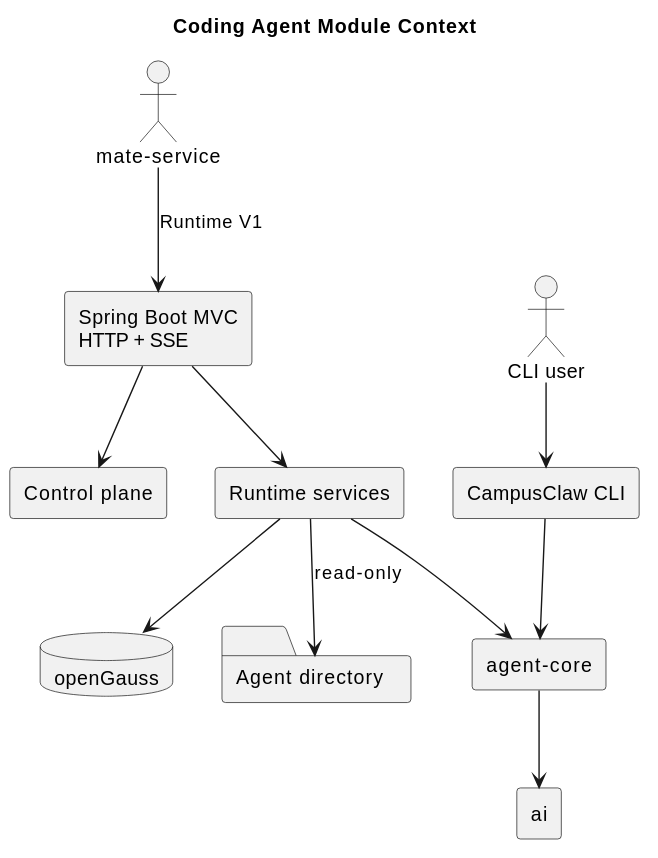
Earlier version of the PlantUML export docs/designs/coding-agent-cli/module-context.svg (2862282695gjh-afk/pi-mono-java).
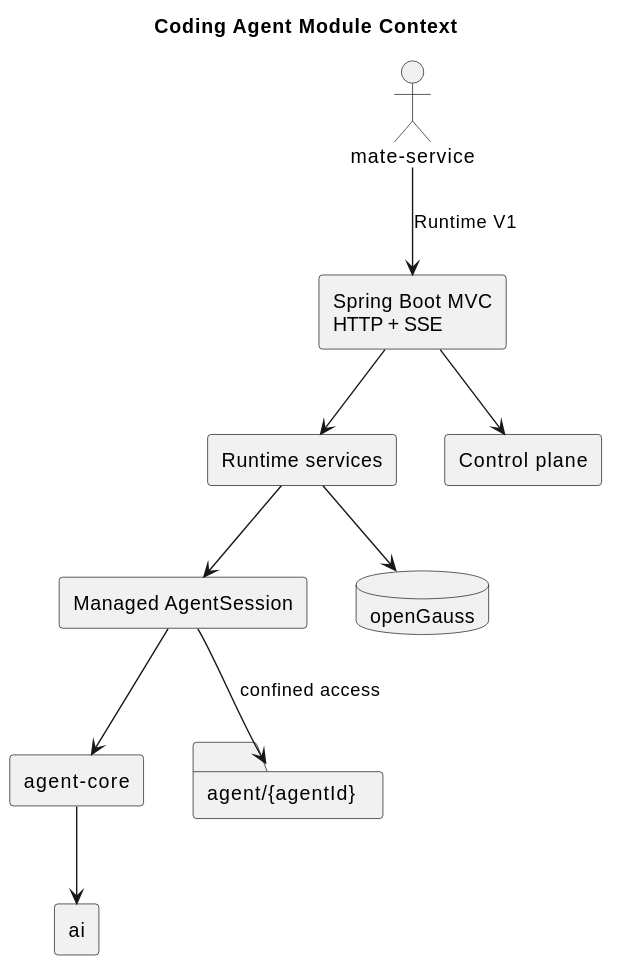
The same file after the commit.

Change to the diagram source:
```diff
@@ -4,23 +4,21 @@
 
 
 actor "mate-service" as Mate
-actor "CLI user" as CliUser
 component "Spring Boot MVC\nHTTP + SSE" as Http
-component "CampusClaw CLI" as Cli
 component "Runtime services" as Runtime
 component "Control plane" as Control
+component "Managed AgentSession" as Session
 component "agent-core" as AgentCore
 component "ai" as Ai
 database "openGauss" as Db
-folder "Agent directory" as AgentDir
+folder "agent/{agentId}" as AgentDir
 
 Mate --> Http : Runtime V1
 Http --> Runtime
 Http --> Control
-Runtime --> AgentCore
 Runtime --> Db
-Runtime --> AgentDir : read-only
+Runtime --> Session
+Session --> AgentCore
+Session --> AgentDir : confined access
 AgentCore --> Ai
-CliUser --> Cli
-Cli --> AgentCore
 @enduml
```
